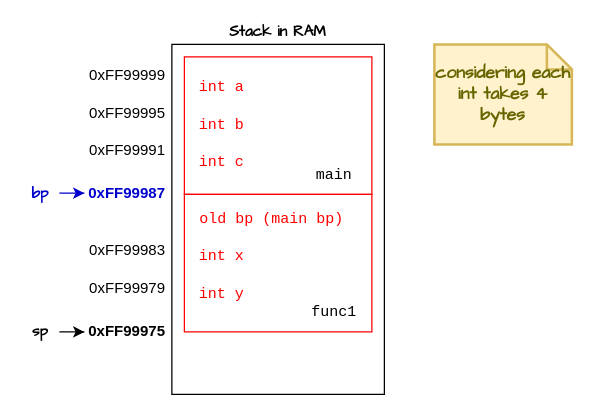
The draw.io diagram page "calling-fuctions-part3" (4 of 6) of operating-systems/images/the-stack.drawio in rochards/learning-cs, before the edit. Source tidied: cells renumbered, new cells numbered last; positions are measured from the earlier drawing's top-left corner, leaving out a move shared by most shapes. Both pictures are drawn from the tidied source at 125%, with x=0, y=0 at pixel (21, 44).
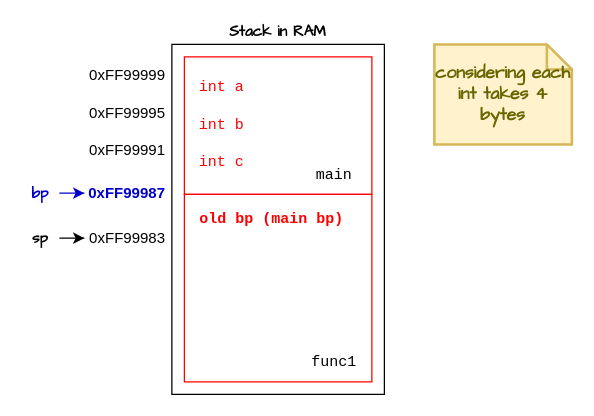
After the change.

Change to the diagram source:
```diff
@@
-    <mxCell id="3" value="0xFF99975" style="text;html=1;align=right;verticalAlign=middle;whiteSpace=wrap;rounded=0;fontStyle=1;spacingRight=3;" parent="1" vertex="1">
-      <mxGeometry x="50" y="215" width="70" height="30" as="geometry" />
-    </mxCell>
-    <mxCell id="4" style="edgeStyle=orthogonalEdgeStyle;rounded=0;jettySize=auto;html=1;entryX=0;entryY=0.5;entryDx=0;entryDy=0;" parent="1" edge="1" source="5" target="3">
-      <mxGeometry relative="1" as="geometry" />
-    </mxCell>
+    <mxCell id="25" style="edgeStyle=orthogonalEdgeStyle;rounded=0;jettySize=auto;html=1;entryX=0;entryY=0.5;entryDx=0;entryDy=0;" parent="1" edge="1" source="5" target="23">
+      <mxGeometry relative="1" as="geometry" />
+    </mxCell>
     <mxCell id="5" value="&lt;font face=&quot;Architects Daughter&quot;&gt;sp&lt;/font&gt;" style="text;html=1;align=center;verticalAlign=middle;whiteSpace=wrap;rounded=0;fontStyle=1;" parent="1" vertex="1">
-      <mxGeometry y="215" width="30" height="30" as="geometry" />
+      <mxGeometry y="140" width="30" height="30" as="geometry" />
     </mxCell>
@@
     <mxCell id="12" style="rounded=0;whiteSpace=wrap;html=1;hachureGap=4;fontFamily=Architects Daughter;strokeColor=#FF0000;fontColor=#FF0000;labelPosition=center;verticalLabelPosition=bottom;align=center;verticalAlign=top;" parent="1" vertex="1">
-      <mxGeometry x="130" y="120" width="150" height="110" as="geometry" />
+      <mxGeometry x="130" y="120" width="150" height="150" as="geometry" />
     </mxCell>
     <mxCell id="13" value="func1" style="text;html=1;align=center;verticalAlign=middle;whiteSpace=wrap;rounded=0;fontFamily=Courier New;fontColor=#000000;" parent="1" vertex="1">
-      <mxGeometry x="220" y="200" width="60" height="30" as="geometry" />
+      <mxGeometry x="220" y="240" width="60" height="30" as="geometry" />
     </mxCell>
-    <mxCell id="14" value="old bp (main bp)" style="text;html=1;align=center;verticalAlign=middle;whiteSpace=wrap;rounded=0;fontFamily=Courier New;fontColor=#FF0000;" parent="1" vertex="1">
+    <mxCell id="14" value="old bp (main bp)" style="text;html=1;align=center;verticalAlign=middle;whiteSpace=wrap;rounded=0;fontFamily=Courier New;fontColor=#FF0000;fontStyle=1;" parent="1" vertex="1">
       <mxGeometry x="130" y="125" width="140" height="30" as="geometry" />
     </mxCell>
-    <mxCell id="15" value="int x" style="text;html=1;align=center;verticalAlign=middle;whiteSpace=wrap;rounded=0;fontFamily=Courier New;fontColor=#FF0000;" parent="1" vertex="1">
-      <mxGeometry x="130" y="155" width="60" height="30" as="geometry" />
-    </mxCell>
-    <mxCell id="16" value="int y" style="text;html=1;align=center;verticalAlign=middle;whiteSpace=wrap;rounded=0;fontFamily=Courier New;fontColor=#FF0000;" parent="1" vertex="1">
-      <mxGeometry x="130" y="185" width="60" height="30" as="geometry" />
-    </mxCell>
@@
     <mxCell id="23" value="0xFF99983" style="text;html=1;align=right;verticalAlign=middle;whiteSpace=wrap;rounded=0;fontStyle=0;spacingRight=3;fontColor=#000000;" parent="1" vertex="1">
-      <mxGeometry x="50" y="150" width="70" height="30" as="geometry" />
+      <mxGeometry x="50" y="140" width="70" height="30" as="geometry" />
     </mxCell>
-    <mxCell id="24" value="0xFF99979" style="text;html=1;align=right;verticalAlign=middle;whiteSpace=wrap;rounded=0;fontStyle=0;spacingRight=3;fontColor=#000000;" parent="1" vertex="1">
-      <mxGeometry x="50" y="180" width="70" height="30" as="geometry" />
-    </mxCell>
```
